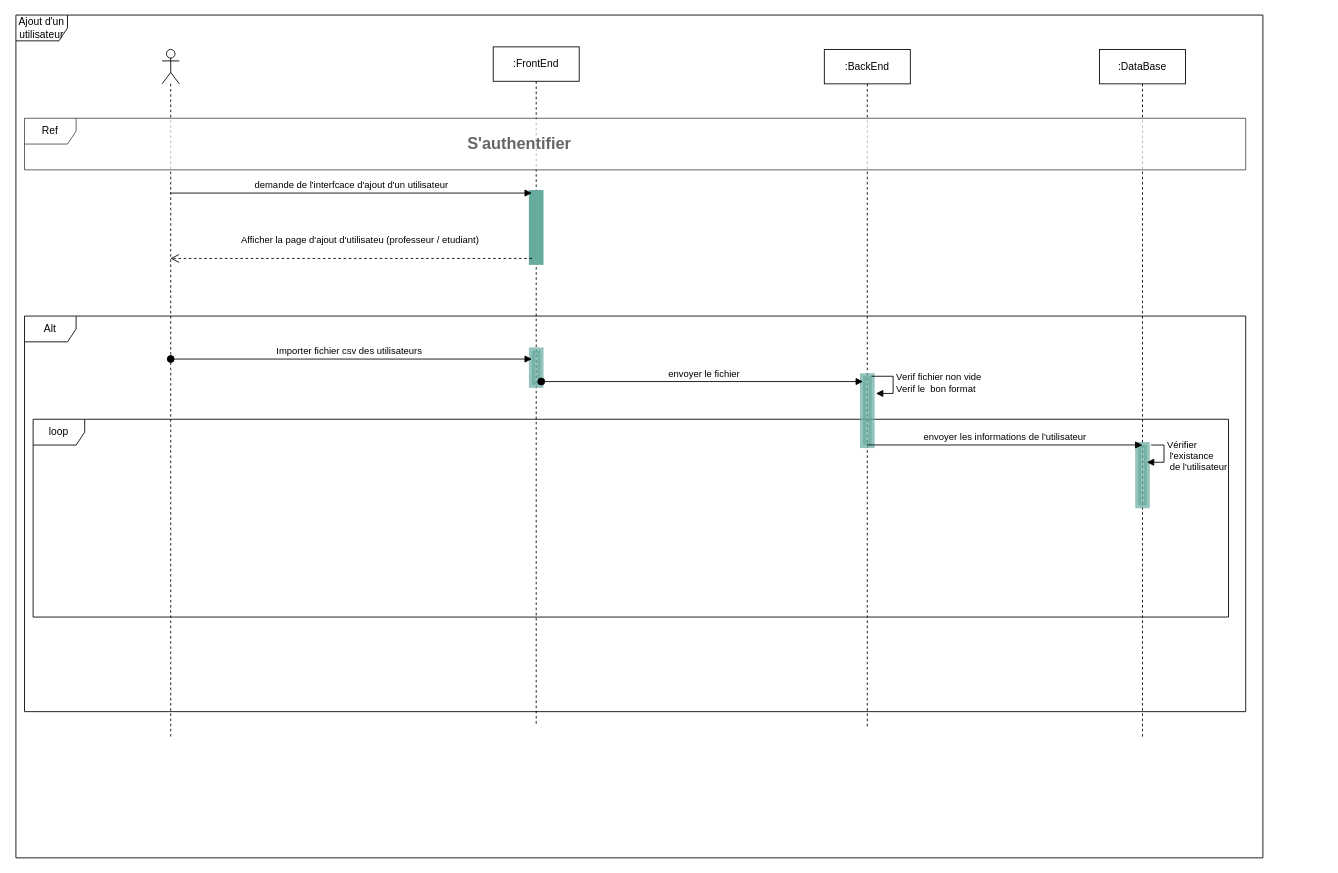
This is page "Page-1" (1 of 2) of ajout d'utilisateur.drawio from Lina-Hammami/new_repo, a draw.io file, before an edit. Source tidied: cells renumbered, new cells numbered last; positions are measured from the earlier drawing's top-left corner, leaving out a move shared by most shapes. Both pictures are drawn from the tidied source at 86%, with x=0, y=0 at pixel (15, 15).
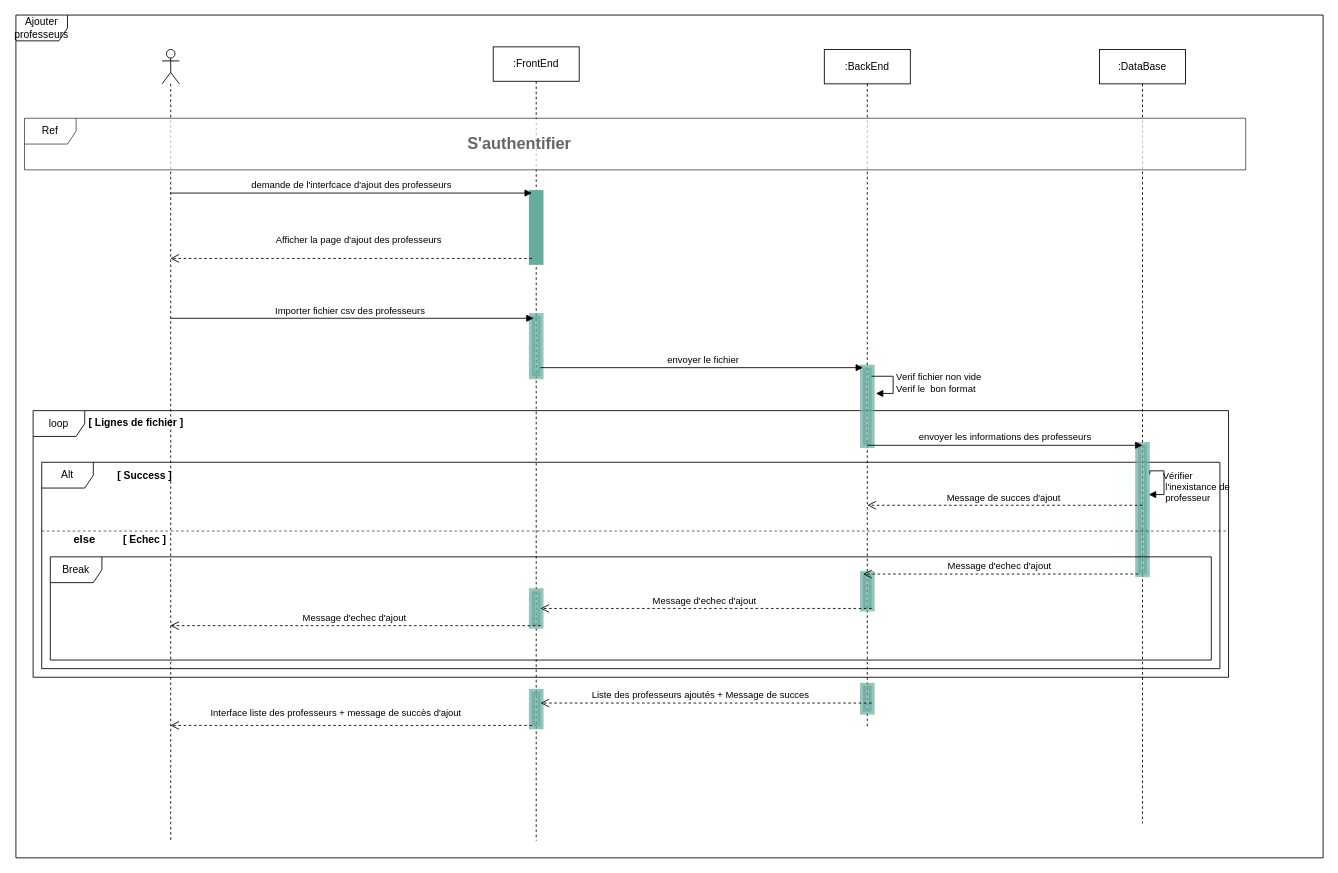
The same page after the edit.

The change refers to these unchanged cells:
```xml
<mxCell id="7" style="html=1;points=[];perimeter=orthogonalPerimeter;strokeWidth=7;fillColor=#67AB9F;strokeColor=#67AB9F;" parent="6" vertex="1">
  <mxGeometry x="45" y="170" width="10" height="80" as="geometry" />
</mxCell>
<mxCell id="8" value=":BackEnd" style="shape=umlLifeline;perimeter=lifelinePerimeter;whiteSpace=wrap;html=1;" parent="1" vertex="1">
  <mxGeometry x="940" y="40" width="100" height="790" as="geometry" />
</mxCell>
```

What changed in the source:
```diff
@@
+    <mxCell id="3" value="Ajouter professeurs" style="shape=umlFrame;whiteSpace=wrap;html=1;fillColor=#ffffff;align=center;gradientColor=none;" parent="1" vertex="1">
+      <mxGeometry width="1520" height="980" as="geometry" />
+    </mxCell>
     <mxCell id="2" value="loop" style="shape=umlFrame;whiteSpace=wrap;html=1;fillColor=none;swimlaneFillColor=none;" parent="1" vertex="1">
-      <mxGeometry x="20" y="470" width="1390" height="230" as="geometry" />
+      <mxGeometry x="20" y="460" width="1390" height="310" as="geometry" />
     </mxCell>
-    <mxCell id="3" value="Ajout d'un utilisateur" style="shape=umlFrame;whiteSpace=wrap;html=1;fillColor=#ffffff;align=center;gradientColor=none;" parent="1" vertex="1">
-      <mxGeometry width="1450" height="980" as="geometry" />
-    </mxCell>
     <mxCell id="4" value="Alt" style="shape=umlFrame;whiteSpace=wrap;html=1;fillColor=none;swimlaneFillColor=none;" parent="1" vertex="1">
-      <mxGeometry x="10" y="350" width="1420" height="460" as="geometry" />
+      <mxGeometry x="30" y="520" width="1370" height="240" as="geometry" />
     </mxCell>
     <mxCell id="5" style="shape=umlLifeline;participant=umlActor;perimeter=lifelinePerimeter;whiteSpace=wrap;html=1;verticalAlign=top;spacingTop=36;labelBackgroundColor=#ffffff;outlineConnect=0;size=40;" parent="1" vertex="1">
-      <mxGeometry x="170" y="40" width="20" height="800" as="geometry" />
+      <mxGeometry x="170" y="40" width="20" height="920" as="geometry" />
     </mxCell>
     <mxCell id="6" value=":FrontEnd" style="shape=umlLifeline;perimeter=lifelinePerimeter;whiteSpace=wrap;html=1;" parent="1" vertex="1">
-      <mxGeometry x="555" y="37" width="100" height="790" as="geometry" />
+      <mxGeometry x="555" y="37" width="100" height="923" as="geometry" />
     </mxCell>
@@
+    <mxCell id="22" style="html=1;perimeter=orthogonalPerimeter;strokeColor=#67AB9F;strokeWidth=7;fillColor=#67AB9F;gradientColor=none;opacity=70;" parent="8" vertex="1">
+      <mxGeometry x="45" y="610" width="10" height="40" as="geometry" />
+    </mxCell>
+    <mxCell id="23" style="html=1;perimeter=orthogonalPerimeter;strokeColor=#67AB9F;strokeWidth=7;fillColor=#67AB9F;gradientColor=none;opacity=70;" parent="8" vertex="1">
+      <mxGeometry x="45" y="740" width="10" height="30" as="geometry" />
+    </mxCell>
     <mxCell id="9" value=":DataBase" style="shape=umlLifeline;perimeter=lifelinePerimeter;whiteSpace=wrap;html=1;" parent="1" vertex="1">
-      <mxGeometry x="1260" y="40" width="100" height="800" as="geometry" />
+      <mxGeometry x="1260" y="40" width="100" height="900" as="geometry" />
     </mxCell>
     <mxCell id="10" style="html=1;points=[];perimeter=orthogonalPerimeter;strokeColor=#67AB9F;strokeWidth=7;fillColor=#67AB9F;gradientColor=none;opacity=70;" parent="9" vertex="1">
-      <mxGeometry x="45" y="460" width="10" height="70" as="geometry" />
+      <mxGeometry x="45" y="460" width="10" height="150" as="geometry" />
     </mxCell>
+    <mxCell id="24" value="Vérifier&lt;br&gt;&amp;nbsp;l'inexistance de&lt;br&gt;&amp;nbsp;professeur" style="edgeStyle=orthogonalEdgeStyle;html=1;align=left;spacingLeft=2;endArrow=block;rounded=0;entryX=1.229;entryY=0.384;entryDx=0;entryDy=0;entryPerimeter=0;exitX=1.347;exitY=0.227;exitDx=0;exitDy=0;exitPerimeter=0;labelBackgroundColor=none;" parent="9" edge="1" source="10" target="10">
+      <mxGeometry x="0.23" y="-5" relative="1" as="geometry">
+        <Array as="points">
+          <mxPoint x="58" y="490" />
+          <mxPoint x="75" y="490" />
+          <mxPoint x="75" y="518" />
+        </Array>
+        <mxPoint y="-1" as="offset" />
+      </mxGeometry>
+    </mxCell>
@@
-    <mxCell id="13" value="Afficher la page d'ajout d'utilisateu (professeur / etudiant)" style="html=1;verticalAlign=bottom;endArrow=open;dashed=1;endSize=8;exitX=0;exitY=0.95;horizontal=1;" parent="1" edge="1" source="7" target="5">
+    <mxCell id="13" value="Afficher la page d'ajout des professeurs&amp;nbsp;" style="html=1;verticalAlign=bottom;endArrow=open;dashed=1;endSize=8;exitX=0;exitY=0.95;horizontal=1;" parent="1" edge="1" source="7" target="5">
       <mxGeometry x="-0.05" y="-13" relative="1" as="geometry" />
     </mxCell>
-    <mxCell id="14" value="demande de l'interfcace d'ajout d'un utilisateur" style="html=1;verticalAlign=bottom;endArrow=block;entryX=0;entryY=0;" parent="1" edge="1" source="5" target="7">
+    <mxCell id="14" value="demande de l'interfcace d'ajout des professeurs" style="html=1;verticalAlign=bottom;endArrow=block;entryX=0;entryY=0;" parent="1" edge="1" source="5" target="7">
       <mxGeometry relative="1" as="geometry" />
     </mxCell>
     <mxCell id="15" style="html=1;points=[];perimeter=orthogonalPerimeter;strokeColor=#67AB9F;strokeWidth=7;fillColor=#67AB9F;gradientColor=none;opacity=70;" parent="1" vertex="1">
-      <mxGeometry x="600" y="390" width="10" height="40" as="geometry" />
+      <mxGeometry x="600" y="350" width="10" height="70" as="geometry" />
     </mxCell>
-    <mxCell id="16" value="Importer fichier csv des utilisateurs&amp;nbsp;" style="html=1;verticalAlign=bottom;startArrow=oval;endArrow=block;startSize=8;" parent="1" edge="1" target="15">
+    <mxCell id="16" value="Importer fichier csv des professeurs&amp;nbsp;" style="html=1;verticalAlign=bottom;startArrow=none;endArrow=block;startSize=8;startFill=0;entryX=0.2;entryY=0.037;entryDx=0;entryDy=0;entryPerimeter=0;" parent="1" edge="1" source="5" target="15">
       <mxGeometry relative="1" as="geometry">
-        <mxPoint x="180" y="400" as="sourcePoint" />
         <mxPoint x="-1" as="offset" />
       </mxGeometry>
     </mxCell>
     <mxCell id="17" style="html=1;points=[];perimeter=orthogonalPerimeter;strokeColor=#67AB9F;strokeWidth=7;fillColor=#67AB9F;gradientColor=none;opacity=70;" parent="1" vertex="1">
-      <mxGeometry x="985" y="420" width="10" height="80" as="geometry" />
+      <mxGeometry x="985" y="410" width="10" height="90" as="geometry" />
     </mxCell>
-    <mxCell id="18" value="envoyer le fichier" style="html=1;verticalAlign=bottom;startArrow=oval;endArrow=block;startSize=8;exitX=1.088;exitY=0.904;exitDx=0;exitDy=0;exitPerimeter=0;" parent="1" edge="1" source="15" target="17">
+    <mxCell id="18" value="envoyer le fichier" style="html=1;verticalAlign=bottom;startArrow=none;endArrow=block;startSize=8;startFill=0;" parent="1" edge="1" source="15" target="17">
       <mxGeometry x="0.01" relative="1" as="geometry" />
     </mxCell>
@@
-    <mxCell id="20" value="envoyer les informations de l'utilisateur" style="html=1;verticalAlign=bottom;endArrow=block;entryX=0.928;entryY=0.13;entryDx=0;entryDy=0;entryPerimeter=0;exitX=0.698;exitY=0.13;exitDx=0;exitDy=0;exitPerimeter=0;" parent="1" edge="1" source="2" target="2">
+    <mxCell id="20" value="envoyer les informations des professeurs" style="html=1;verticalAlign=bottom;endArrow=block;entryX=0.928;entryY=0.13;entryDx=0;entryDy=0;entryPerimeter=0;exitX=0.698;exitY=0.13;exitDx=0;exitDy=0;exitPerimeter=0;" parent="1" edge="1" source="2" target="2">
       <mxGeometry relative="1" as="geometry" />
     </mxCell>
-    <mxCell id="21" value="Vérifier&lt;br&gt;&amp;nbsp;l'existance&lt;br&gt;&amp;nbsp;de l'utilisateur" style="edgeStyle=orthogonalEdgeStyle;html=1;align=left;spacingLeft=2;endArrow=block;rounded=0;entryX=1;entryY=0;" parent="1" edge="1">
-      <mxGeometry relative="1" as="geometry">
-        <mxPoint x="1320" y="500" as="sourcePoint" />
-        <mxPoint x="1315" y="520" as="targetPoint" />
-        <Array as="points">
-          <mxPoint x="1335" y="500" />
-        </Array>
-      </mxGeometry>
-    </mxCell>
+    <mxCell id="25" value="[ Success ]" style="text;align=center;fontStyle=1;verticalAlign=middle;spacingLeft=3;spacingRight=3;strokeColor=none;fillColor=none;gradientColor=none;opacity=70;fontColor=#000000;" parent="1" vertex="1">
+      <mxGeometry x="110" y="522" width="80" height="26" as="geometry" />
+    </mxCell>
+    <mxCell id="26" value="Message de succes d'ajout&amp;nbsp;" style="html=1;verticalAlign=bottom;endArrow=open;dashed=1;endSize=8;fontColor=#000000;" parent="1" edge="1">
+      <mxGeometry relative="1" as="geometry">
+        <mxPoint x="1310" y="570" as="sourcePoint" />
+        <mxPoint x="990" y="570" as="targetPoint" />
+      </mxGeometry>
+    </mxCell>
+    <mxCell id="27" style="line;strokeWidth=1;fillColor=none;align=left;verticalAlign=middle;spacingTop=-1;spacingLeft=3;spacingRight=3;labelPosition=right;fontColor=#000000;opacity=70;dashed=1;" parent="1" vertex="1">
+      <mxGeometry x="30" y="596" width="1380" height="8" as="geometry" />
+    </mxCell>
+    <mxCell id="28" value="[ Echec ]" style="text;align=center;fontStyle=1;verticalAlign=middle;spacingLeft=3;spacingRight=3;strokeColor=none;fillColor=none;gradientColor=none;opacity=70;fontColor=#000000;" parent="1" vertex="1">
+      <mxGeometry x="110" y="596" width="80" height="26" as="geometry" />
+    </mxCell>
+    <mxCell id="29" value="else" style="text;align=center;fontStyle=1;verticalAlign=middle;spacingLeft=3;spacingRight=3;strokeColor=none;fillColor=none;gradientColor=none;opacity=70;fontColor=#000000;fontSize=13;" parent="1" vertex="1">
+      <mxGeometry x="40" y="596" width="80" height="26" as="geometry" />
+    </mxCell>
+    <mxCell id="30" value="Message d'echec d'ajout&amp;nbsp;" style="html=1;verticalAlign=bottom;endArrow=open;dashed=1;endSize=8;fontColor=#000000;" parent="1" edge="1">
+      <mxGeometry relative="1" as="geometry">
+        <mxPoint x="1305" y="650" as="sourcePoint" />
+        <mxPoint x="985" y="650" as="targetPoint" />
+      </mxGeometry>
+    </mxCell>
+    <mxCell id="31" style="html=1;points=[];perimeter=orthogonalPerimeter;strokeColor=#67AB9F;strokeWidth=7;fillColor=#67AB9F;gradientColor=none;opacity=70;" parent="1" vertex="1">
+      <mxGeometry x="600" y="670" width="10" height="40" as="geometry" />
+    </mxCell>
+    <mxCell id="32" value="Message d'echec d'ajout&amp;nbsp;" style="html=1;verticalAlign=bottom;endArrow=open;dashed=1;endSize=8;fontColor=#000000;" parent="1" edge="1" target="31">
+      <mxGeometry relative="1" as="geometry">
+        <mxPoint x="995" y="690" as="sourcePoint" />
+      </mxGeometry>
+    </mxCell>
+    <mxCell id="33" value="Message d'echec d'ajout&amp;nbsp;" style="html=1;verticalAlign=bottom;endArrow=open;dashed=1;endSize=8;fontColor=#000000;" parent="1" edge="1" target="5">
+      <mxGeometry relative="1" as="geometry">
+        <mxPoint x="610" y="710" as="sourcePoint" />
+      </mxGeometry>
+    </mxCell>
+    <mxCell id="34" value="Break" style="shape=umlFrame;whiteSpace=wrap;html=1;fillColor=none;swimlaneFillColor=none;" parent="1" vertex="1">
+      <mxGeometry x="40" y="630" width="1350" height="120" as="geometry" />
+    </mxCell>
+    <mxCell id="35" value="[ Lignes de fichier ]" style="text;align=center;fontStyle=1;verticalAlign=middle;spacingLeft=3;spacingRight=3;strokeColor=none;fillColor=none;gradientColor=none;opacity=70;fontColor=#000000;" parent="1" vertex="1">
+      <mxGeometry x="100" y="460" width="80" height="26" as="geometry" />
+    </mxCell>
+    <mxCell id="36" style="html=1;points=[];perimeter=orthogonalPerimeter;strokeColor=#67AB9F;strokeWidth=7;fillColor=#67AB9F;gradientColor=none;opacity=70;" parent="1" vertex="1">
+      <mxGeometry x="600" y="787" width="10" height="40" as="geometry" />
+    </mxCell>
+    <mxCell id="37" value="Liste des professeurs ajoutés + Message de succes&amp;nbsp; &amp;nbsp;&amp;nbsp;" style="html=1;verticalAlign=bottom;endArrow=open;dashed=1;endSize=8;fontColor=#000000;" parent="1" edge="1" target="36">
+      <mxGeometry relative="1" as="geometry">
+        <mxPoint x="995" y="800" as="sourcePoint" />
+      </mxGeometry>
+    </mxCell>
+    <mxCell id="38" value="Interface liste des professeurs + message de succès d'ajout" style="html=1;verticalAlign=bottom;endArrow=open;dashed=1;endSize=8;fontColor=#000000;" parent="1" edge="1" target="5">
+      <mxGeometry x="0.09" y="-6" relative="1" as="geometry">
+        <mxPoint x="600" y="826" as="sourcePoint" />
+        <mxPoint x="1" as="offset" />
+      </mxGeometry>
+    </mxCell>
```
